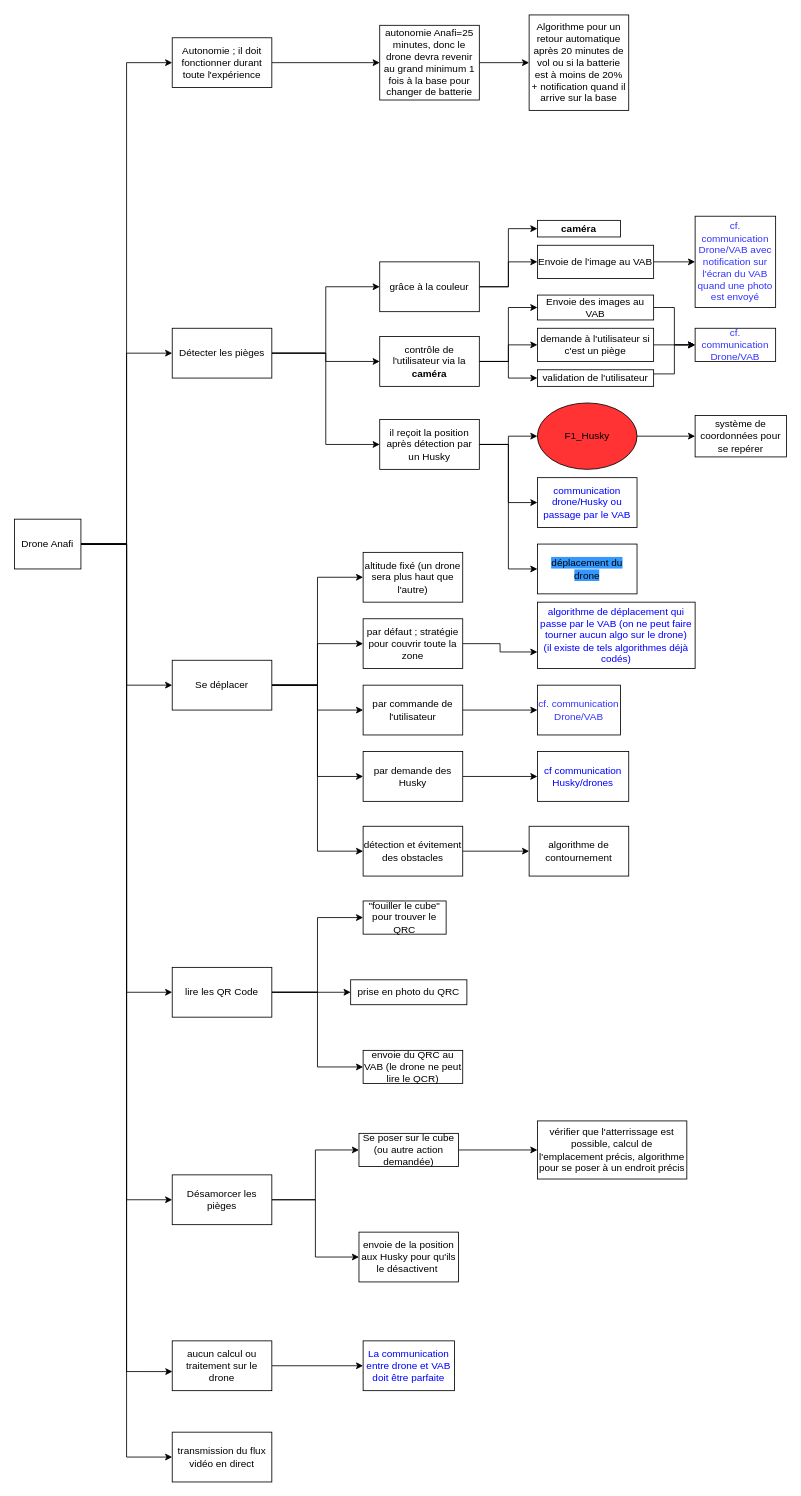
Above: Diagrammes/F40.drawio in annieliu52/CoHoMa (draw.io), before the change. Source tidied: cells renumbered, new cells numbered last; positions are measured from the earlier drawing's top-left corner, leaving out a move shared by most shapes. Both pictures are drawn from the tidied source at 83%, with x=0, y=0 at pixel (14, 14).
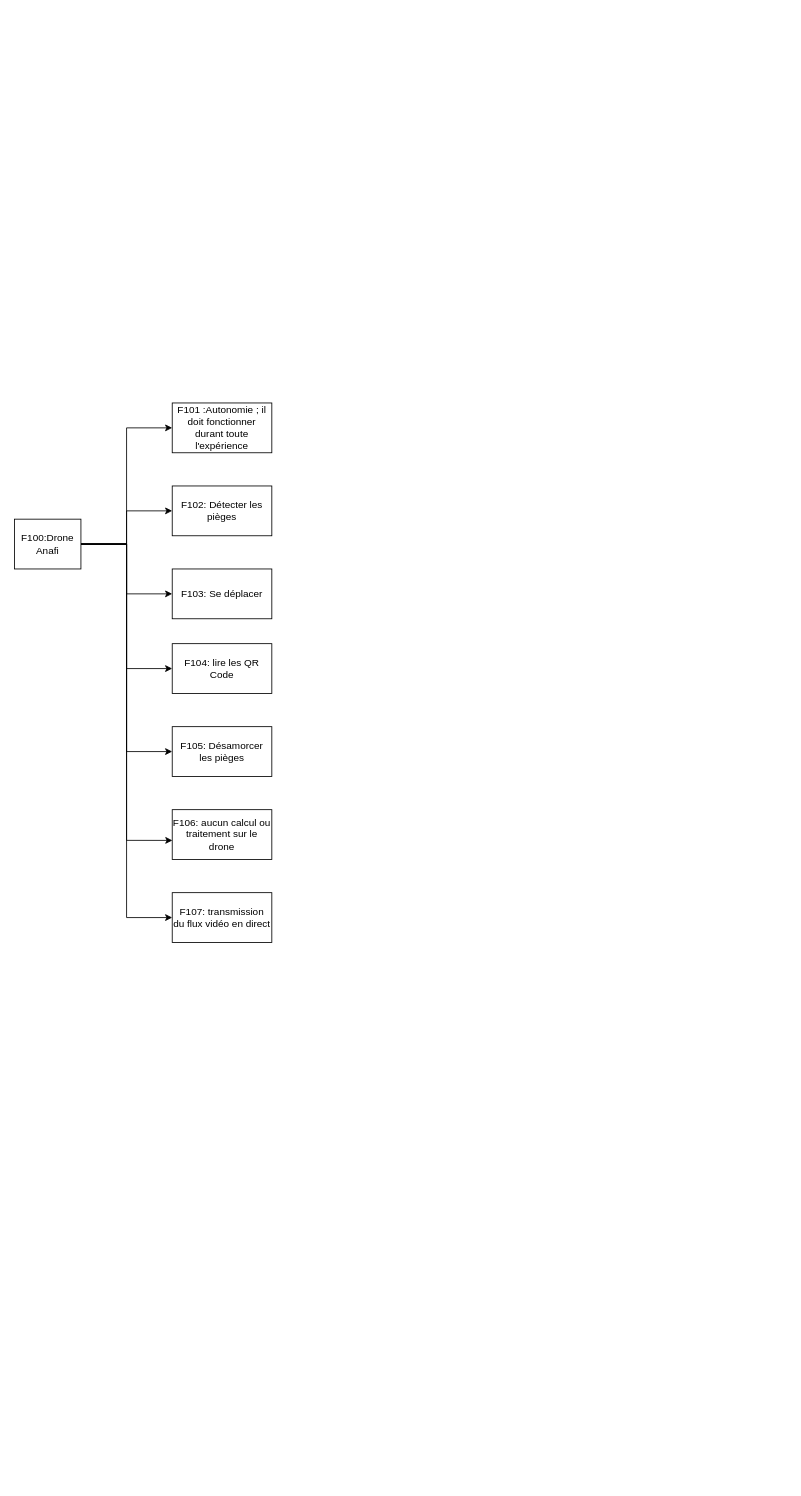
The same diagram, later.

The edit, as a diff of the source:
```diff
@@
-    <mxCell id="2" style="edgeStyle=orthogonalEdgeStyle;rounded=0;jettySize=auto;html=1;exitX=1;exitY=0.5;exitDx=0;exitDy=0;entryX=0;entryY=0.5;entryDx=0;entryDy=0;" parent="1" edge="1" source="5" target="27">
-      <mxGeometry relative="1" as="geometry" />
-    </mxCell>
-    <mxCell id="3" style="edgeStyle=orthogonalEdgeStyle;rounded=0;jettySize=auto;html=1;exitX=1;exitY=0.5;exitDx=0;exitDy=0;entryX=0;entryY=0.5;entryDx=0;entryDy=0;" parent="1" edge="1" source="5" target="31">
-      <mxGeometry relative="1" as="geometry" />
-    </mxCell>
-    <mxCell id="4" style="edgeStyle=orthogonalEdgeStyle;rounded=0;jettySize=auto;html=1;exitX=1;exitY=0.5;exitDx=0;exitDy=0;entryX=0;entryY=0.5;entryDx=0;entryDy=0;" parent="1" edge="1" source="5" target="35">
-      <mxGeometry relative="1" as="geometry" />
-    </mxCell>
-    <mxCell id="5" value="Détecter les pièges" style="rounded=0;whiteSpace=wrap;html=1;" parent="1" vertex="1">
-      <mxGeometry x="190" y="378" width="120" height="60" as="geometry" />
+    <mxCell id="5" value="F102: Détecter les pièges" style="rounded=0;whiteSpace=wrap;html=1;" parent="1" vertex="1">
+      <mxGeometry x="190" y="568" width="120" height="60" as="geometry" />
     </mxCell>
-    <mxCell id="6" style="edgeStyle=orthogonalEdgeStyle;rounded=0;jettySize=auto;html=1;exitX=1;exitY=0.5;exitDx=0;exitDy=0;entryX=0;entryY=0.5;entryDx=0;entryDy=0;fontColor=#000000;" parent="1" edge="1" source="11" target="50">
-      <mxGeometry relative="1" as="geometry" />
-    </mxCell>
-    <mxCell id="7" style="edgeStyle=orthogonalEdgeStyle;rounded=0;jettySize=auto;html=1;exitX=1;exitY=0.5;exitDx=0;exitDy=0;entryX=0;entryY=0.5;entryDx=0;entryDy=0;fontColor=#000000;" parent="1" edge="1" source="11" target="52">
-      <mxGeometry relative="1" as="geometry" />
-    </mxCell>
-    <mxCell id="8" style="edgeStyle=orthogonalEdgeStyle;rounded=0;jettySize=auto;html=1;exitX=1;exitY=0.5;exitDx=0;exitDy=0;entryX=0;entryY=0.5;entryDx=0;entryDy=0;fontColor=#000000;" parent="1" edge="1" source="11" target="54">
-      <mxGeometry relative="1" as="geometry" />
-    </mxCell>
-    <mxCell id="9" style="edgeStyle=orthogonalEdgeStyle;rounded=0;jettySize=auto;html=1;exitX=1;exitY=0.5;exitDx=0;exitDy=0;entryX=0;entryY=0.5;entryDx=0;entryDy=0;" parent="1" edge="1" source="11" target="78">
-      <mxGeometry relative="1" as="geometry" />
-    </mxCell>
-    <mxCell id="10" style="edgeStyle=orthogonalEdgeStyle;rounded=0;jettySize=auto;html=1;exitX=1;exitY=0.5;exitDx=0;exitDy=0;entryX=0;entryY=0.5;entryDx=0;entryDy=0;" parent="1" edge="1" source="11" target="80">
-      <mxGeometry relative="1" as="geometry" />
-    </mxCell>
-    <mxCell id="11" value="Se déplacer" style="rounded=0;whiteSpace=wrap;html=1;" parent="1" vertex="1">
-      <mxGeometry x="190" y="778" width="120" height="60" as="geometry" />
+    <mxCell id="11" value="F103: Se déplacer" style="rounded=0;whiteSpace=wrap;html=1;" parent="1" vertex="1">
+      <mxGeometry x="190" y="668" width="120" height="60" as="geometry" />
     </mxCell>
-    <mxCell id="12" style="edgeStyle=orthogonalEdgeStyle;rounded=0;jettySize=auto;html=1;exitX=1;exitY=0.5;exitDx=0;exitDy=0;entryX=0;entryY=0.5;entryDx=0;entryDy=0;fontColor=#000000;" parent="1" edge="1" source="14" target="65">
-      <mxGeometry relative="1" as="geometry" />
-    </mxCell>
-    <mxCell id="13" style="edgeStyle=orthogonalEdgeStyle;rounded=0;jettySize=auto;html=1;exitX=1;exitY=0.5;exitDx=0;exitDy=0;entryX=0;entryY=0.5;entryDx=0;entryDy=0;fontColor=#000000;" parent="1" edge="1" source="14" target="67">
-      <mxGeometry relative="1" as="geometry" />
-    </mxCell>
-    <mxCell id="14" value="Désamorcer les pièges" style="rounded=0;whiteSpace=wrap;html=1;" parent="1" vertex="1">
-      <mxGeometry x="190" y="1398" width="120" height="60" as="geometry" />
+    <mxCell id="14" value="F105: Désamorcer les pièges" style="rounded=0;whiteSpace=wrap;html=1;" parent="1" vertex="1">
+      <mxGeometry x="190" y="858" width="120" height="60" as="geometry" />
     </mxCell>
-    <mxCell id="15" style="edgeStyle=orthogonalEdgeStyle;rounded=0;jettySize=auto;html=1;exitX=1;exitY=0.5;exitDx=0;exitDy=0;entryX=0;entryY=0.5;entryDx=0;entryDy=0;fontColor=#000000;" parent="1" edge="1" source="16" target="69">
-      <mxGeometry relative="1" as="geometry" />
-    </mxCell>
-    <mxCell id="16" value="aucun calcul ou traitement sur le drone" style="rounded=0;whiteSpace=wrap;html=1;" parent="1" vertex="1">
-      <mxGeometry x="190" y="1598" width="120" height="60" as="geometry" />
+    <mxCell id="16" value="F106: aucun calcul ou traitement sur le drone" style="rounded=0;whiteSpace=wrap;html=1;" parent="1" vertex="1">
+      <mxGeometry x="190" y="958" width="120" height="60" as="geometry" />
     </mxCell>
@@
-    <mxCell id="24" value="Drone Anafi" style="rounded=0;whiteSpace=wrap;html=1;" parent="1" vertex="1">
+    <mxCell id="24" value="F100:Drone Anafi" style="rounded=0;whiteSpace=wrap;html=1;" parent="1" vertex="1">
       <mxGeometry y="608" width="80" height="60" as="geometry" />
     </mxCell>
-    <mxCell id="25" style="edgeStyle=orthogonalEdgeStyle;rounded=0;jettySize=auto;html=1;exitX=1;exitY=0.5;exitDx=0;exitDy=0;entryX=0;entryY=0.5;entryDx=0;entryDy=0;fontColor=#000000;" parent="1" edge="1" source="27" target="43">
-      <mxGeometry relative="1" as="geometry" />
-    </mxCell>
-    <mxCell id="26" style="edgeStyle=orthogonalEdgeStyle;rounded=0;jettySize=auto;html=1;exitX=1;exitY=0.5;exitDx=0;exitDy=0;entryX=0;entryY=0.5;entryDx=0;entryDy=0;fontColor=#000000;" parent="1" edge="1" source="27" target="45">
-      <mxGeometry relative="1" as="geometry" />
-    </mxCell>
-    <mxCell id="27" value="grâce à la couleur" style="rounded=0;whiteSpace=wrap;html=1;" parent="1" vertex="1">
-      <mxGeometry x="440" y="298" width="120" height="60" as="geometry" />
-    </mxCell>
-    <mxCell id="28" style="edgeStyle=orthogonalEdgeStyle;rounded=0;jettySize=auto;html=1;exitX=1;exitY=0.5;exitDx=0;exitDy=0;entryX=0;entryY=0.5;entryDx=0;entryDy=0;fontColor=#000000;" parent="1" edge="1" source="31" target="39">
-      <mxGeometry relative="1" as="geometry" />
-    </mxCell>
-    <mxCell id="29" style="edgeStyle=orthogonalEdgeStyle;rounded=0;jettySize=auto;html=1;exitX=1;exitY=0.5;exitDx=0;exitDy=0;entryX=0;entryY=0.5;entryDx=0;entryDy=0;fontColor=#000000;" parent="1" edge="1" source="31" target="41">
-      <mxGeometry relative="1" as="geometry" />
-    </mxCell>
-    <mxCell id="30" style="edgeStyle=orthogonalEdgeStyle;rounded=0;jettySize=auto;html=1;entryX=0;entryY=0.5;entryDx=0;entryDy=0;" parent="1" edge="1" source="31" target="76">
-      <mxGeometry relative="1" as="geometry" />
-    </mxCell>
-    <mxCell id="31" value="contrôle de l'utilisateur via la &lt;b&gt;caméra&lt;/b&gt;" style="rounded=0;whiteSpace=wrap;html=1;" parent="1" vertex="1">
-      <mxGeometry x="440" y="388" width="120" height="60" as="geometry" />
-    </mxCell>
-    <mxCell id="32" style="edgeStyle=orthogonalEdgeStyle;rounded=0;jettySize=auto;html=1;exitX=1;exitY=0.5;exitDx=0;exitDy=0;entryX=0;entryY=0.5;entryDx=0;entryDy=0;fontColor=#FF3333;" parent="1" edge="1" source="35" target="37">
-      <mxGeometry relative="1" as="geometry" />
-    </mxCell>
-    <mxCell id="33" style="edgeStyle=orthogonalEdgeStyle;rounded=0;jettySize=auto;html=1;exitX=1;exitY=0.5;exitDx=0;exitDy=0;entryX=0;entryY=0.5;entryDx=0;entryDy=0;fontColor=#0000FF;" parent="1" edge="1" source="35" target="46">
-      <mxGeometry relative="1" as="geometry" />
-    </mxCell>
-    <mxCell id="34" style="edgeStyle=orthogonalEdgeStyle;rounded=0;jettySize=auto;html=1;exitX=1;exitY=0.5;exitDx=0;exitDy=0;entryX=0;entryY=0.5;entryDx=0;entryDy=0;fontColor=#000000;" parent="1" edge="1" source="35" target="47">
-      <mxGeometry relative="1" as="geometry" />
-    </mxCell>
-    <mxCell id="35" value="il reçoit la position après détection par un Husky" style="rounded=0;whiteSpace=wrap;html=1;" parent="1" vertex="1">
-      <mxGeometry x="440" y="488" width="120" height="60" as="geometry" />
-    </mxCell>
-    <mxCell id="36" style="edgeStyle=orthogonalEdgeStyle;rounded=0;jettySize=auto;html=1;exitX=1;exitY=0.5;exitDx=0;exitDy=0;entryX=0;entryY=0.5;entryDx=0;entryDy=0;fontColor=#000000;" parent="1" edge="1" source="37" target="48">
-      <mxGeometry relative="1" as="geometry" />
-    </mxCell>
-    <mxCell id="37" value="F1_Husky" style="ellipse;whiteSpace=wrap;html=1;fillColor=#FF3333;" parent="1" vertex="1">
-      <mxGeometry x="630" y="468" width="120" height="80" as="geometry" />
-    </mxCell>
-    <mxCell id="38" style="edgeStyle=orthogonalEdgeStyle;rounded=0;jettySize=auto;html=1;exitX=1;exitY=0.5;exitDx=0;exitDy=0;entryX=0;entryY=0.5;entryDx=0;entryDy=0;fontColor=#3333FF;" parent="1" edge="1" source="39" target="42">
-      <mxGeometry relative="1" as="geometry" />
-    </mxCell>
-    <mxCell id="39" value="&lt;font color=&quot;#000000&quot;&gt;demande à l'utilisateur si c'est un piège&lt;/font&gt;" style="rounded=0;whiteSpace=wrap;html=1;fontColor=#FF3333;fillColor=#FFFFFF;" parent="1" vertex="1">
-      <mxGeometry x="630" y="378" width="140" height="40" as="geometry" />
-    </mxCell>
-    <mxCell id="40" style="edgeStyle=orthogonalEdgeStyle;rounded=0;jettySize=auto;html=1;exitX=1;exitY=0.25;exitDx=0;exitDy=0;entryX=0;entryY=0.5;entryDx=0;entryDy=0;" parent="1" edge="1" source="41" target="42">
-      <mxGeometry relative="1" as="geometry" />
-    </mxCell>
-    <mxCell id="41" value="validation de l'utilisateur" style="rounded=0;whiteSpace=wrap;html=1;labelBackgroundColor=none;fontColor=#000000;fillColor=#FFFFFF;" parent="1" vertex="1">
-      <mxGeometry x="630" y="428" width="140" height="20" as="geometry" />
-    </mxCell>
-    <mxCell id="42" value="&lt;font color=&quot;#3333ff&quot;&gt;cf. communication Drone/VAB&lt;/font&gt;" style="rounded=0;whiteSpace=wrap;html=1;labelBackgroundColor=none;fontColor=#000000;fillColor=#FFFFFF;" parent="1" vertex="1">
-      <mxGeometry x="820" y="378" width="97" height="40" as="geometry" />
-    </mxCell>
-    <mxCell id="43" value="&lt;font color=&quot;#000000&quot;&gt;&lt;b&gt;caméra&lt;/b&gt;&lt;/font&gt;" style="rounded=0;whiteSpace=wrap;html=1;labelBackgroundColor=none;fontColor=#3333FF;fillColor=#FFFFFF;" parent="1" vertex="1">
-      <mxGeometry x="630" y="248" width="100" height="20" as="geometry" />
-    </mxCell>
-    <mxCell id="44" style="edgeStyle=orthogonalEdgeStyle;rounded=0;jettySize=auto;html=1;exitX=1;exitY=0.5;exitDx=0;exitDy=0;entryX=0;entryY=0.5;entryDx=0;entryDy=0;" parent="1" edge="1" source="45" target="77">
-      <mxGeometry relative="1" as="geometry" />
-    </mxCell>
-    <mxCell id="45" value="Envoie de l'image au VAB" style="rounded=0;whiteSpace=wrap;html=1;labelBackgroundColor=none;fontColor=#000000;fillColor=#FFFFFF;" parent="1" vertex="1">
-      <mxGeometry x="630" y="278" width="140" height="40" as="geometry" />
-    </mxCell>
-    <mxCell id="46" value="&lt;font color=&quot;#0000ff&quot;&gt;communication drone/Husky ou passage par le VAB&lt;/font&gt;" style="rounded=0;whiteSpace=wrap;html=1;labelBackgroundColor=none;fontColor=#000000;fillColor=#FFFFFF;" parent="1" vertex="1">
-      <mxGeometry x="630" y="558" width="120" height="60" as="geometry" />
-    </mxCell>
-    <mxCell id="47" value="&lt;font color=&quot;#000000&quot; style=&quot;background-color: rgb(51 , 153 , 255)&quot;&gt;déplacement du drone&lt;/font&gt;" style="rounded=0;whiteSpace=wrap;html=1;labelBackgroundColor=none;fontColor=#0000FF;fillColor=#FFFFFF;" parent="1" vertex="1">
-      <mxGeometry x="630" y="638" width="120" height="60" as="geometry" />
-    </mxCell>
-    <mxCell id="48" value="système de coordonnées pour se repérer" style="rounded=0;whiteSpace=wrap;html=1;labelBackgroundColor=none;" parent="1" vertex="1">
-      <mxGeometry x="820" y="483" width="110" height="50" as="geometry" />
-    </mxCell>
-    <mxCell id="49" style="edgeStyle=orthogonalEdgeStyle;rounded=0;jettySize=auto;html=1;exitX=1;exitY=0.5;exitDx=0;exitDy=0;entryX=0;entryY=0.75;entryDx=0;entryDy=0;fontColor=#0000FF;" parent="1" edge="1" source="50" target="57">
-      <mxGeometry relative="1" as="geometry" />
-    </mxCell>
-    <mxCell id="50" value="par défaut ; stratégie pour couvrir toute la zone" style="rounded=0;whiteSpace=wrap;html=1;labelBackgroundColor=none;fontColor=#000000;strokeColor=#000000;fillColor=default;" parent="1" vertex="1">
-      <mxGeometry x="420" y="728" width="120" height="60" as="geometry" />
-    </mxCell>
-    <mxCell id="51" style="edgeStyle=orthogonalEdgeStyle;rounded=0;jettySize=auto;html=1;exitX=1;exitY=0.5;exitDx=0;exitDy=0;entryX=0;entryY=0.5;entryDx=0;entryDy=0;fontColor=#000000;" parent="1" edge="1" source="52" target="56">
-      <mxGeometry relative="1" as="geometry" />
-    </mxCell>
-    <mxCell id="52" value="par commande de l'utilisateur" style="rounded=0;whiteSpace=wrap;html=1;labelBackgroundColor=none;fontColor=#000000;strokeColor=#000000;fillColor=default;" parent="1" vertex="1">
-      <mxGeometry x="420" y="808" width="120" height="60" as="geometry" />
-    </mxCell>
-    <mxCell id="53" style="edgeStyle=orthogonalEdgeStyle;rounded=0;jettySize=auto;html=1;exitX=1;exitY=0.5;exitDx=0;exitDy=0;entryX=0;entryY=0.5;entryDx=0;entryDy=0;fontColor=#000000;" parent="1" edge="1" source="54" target="55">
-      <mxGeometry relative="1" as="geometry" />
-    </mxCell>
-    <mxCell id="54" value="par demande des Husky" style="rounded=0;whiteSpace=wrap;html=1;labelBackgroundColor=none;fontColor=#000000;strokeColor=#000000;fillColor=default;" parent="1" vertex="1">
-      <mxGeometry x="420" y="888" width="120" height="60" as="geometry" />
-    </mxCell>
-    <mxCell id="55" value="&lt;font color=&quot;#0000ff&quot;&gt;cf communication Husky/drones&lt;/font&gt;" style="rounded=0;whiteSpace=wrap;html=1;labelBackgroundColor=none;fontColor=#000000;strokeColor=#000000;fillColor=default;" parent="1" vertex="1">
-      <mxGeometry x="630" y="888" width="110" height="60" as="geometry" />
-    </mxCell>
-    <mxCell id="56" value="&lt;font color=&quot;#3333ff&quot;&gt;cf. communication Drone/VAB&lt;/font&gt;" style="rounded=0;whiteSpace=wrap;html=1;labelBackgroundColor=none;fontColor=#000000;fillColor=#FFFFFF;" parent="1" vertex="1">
-      <mxGeometry x="630" y="808" width="100" height="60" as="geometry" />
-    </mxCell>
-    <mxCell id="57" value="algorithme de déplacement qui passe par le VAB (on ne peut faire tourner aucun algo sur le drone)&lt;br&gt;(il existe de tels algorithmes déjà codés)" style="rounded=0;whiteSpace=wrap;html=1;labelBackgroundColor=none;fontColor=#0000FF;strokeColor=#000000;fillColor=default;" parent="1" vertex="1">
-      <mxGeometry x="630" y="708" width="190" height="80" as="geometry" />
-    </mxCell>
-    <mxCell id="58" style="edgeStyle=orthogonalEdgeStyle;rounded=0;jettySize=auto;html=1;exitX=1;exitY=0.5;exitDx=0;exitDy=0;entryX=0;entryY=0.5;entryDx=0;entryDy=0;fontColor=#000000;" parent="1" edge="1" source="61" target="62">
-      <mxGeometry relative="1" as="geometry" />
-    </mxCell>
-    <mxCell id="59" style="edgeStyle=orthogonalEdgeStyle;rounded=0;jettySize=auto;html=1;exitX=1;exitY=0.5;exitDx=0;exitDy=0;entryX=0;entryY=0.5;entryDx=0;entryDy=0;fontColor=#000000;" parent="1" edge="1" source="61" target="63">
-      <mxGeometry relative="1" as="geometry" />
-    </mxCell>
-    <mxCell id="60" style="edgeStyle=orthogonalEdgeStyle;rounded=0;jettySize=auto;html=1;exitX=1;exitY=0.5;exitDx=0;exitDy=0;entryX=0;entryY=0.5;entryDx=0;entryDy=0;fontColor=#000000;" parent="1" edge="1" source="61" target="68">
-      <mxGeometry relative="1" as="geometry" />
-    </mxCell>
-    <mxCell id="61" value="&lt;font color=&quot;#000000&quot;&gt;lire les QR Code&lt;/font&gt;" style="rounded=0;whiteSpace=wrap;html=1;labelBackgroundColor=none;fontColor=#0000FF;strokeColor=#000000;fillColor=default;" parent="1" vertex="1">
-      <mxGeometry x="190" y="1148" width="120" height="60" as="geometry" />
+    <mxCell id="61" value="&lt;font color=&quot;#000000&quot;&gt;F104: lire les QR Code&lt;/font&gt;" style="rounded=0;whiteSpace=wrap;html=1;labelBackgroundColor=none;fontColor=#0000FF;strokeColor=#000000;fillColor=default;" parent="1" vertex="1">
+      <mxGeometry x="190" y="758" width="120" height="60" as="geometry" />
     </mxCell>
-    <mxCell id="62" value="&quot;fouiller le cube&quot; pour trouver le QRC" style="rounded=0;whiteSpace=wrap;html=1;labelBackgroundColor=none;fontColor=#000000;strokeColor=#000000;fillColor=default;" parent="1" vertex="1">
-      <mxGeometry x="420" y="1068" width="100" height="40" as="geometry" />
-    </mxCell>
-    <mxCell id="63" value="envoie du QRC au VAB (le drone ne peut lire le QCR)" style="rounded=0;whiteSpace=wrap;html=1;labelBackgroundColor=none;fontColor=#000000;strokeColor=#000000;fillColor=default;" parent="1" vertex="1">
-      <mxGeometry x="420" y="1248" width="120" height="40" as="geometry" />
-    </mxCell>
-    <mxCell id="64" style="edgeStyle=orthogonalEdgeStyle;rounded=0;jettySize=auto;html=1;exitX=1;exitY=0.5;exitDx=0;exitDy=0;entryX=0;entryY=0.5;entryDx=0;entryDy=0;fontColor=#000000;" parent="1" edge="1" source="65" target="66">
-      <mxGeometry relative="1" as="geometry" />
-    </mxCell>
-    <mxCell id="65" value="Se poser sur le cube (ou autre action demandée)" style="rounded=0;whiteSpace=wrap;html=1;labelBackgroundColor=none;fontColor=#000000;strokeColor=#000000;fillColor=default;" parent="1" vertex="1">
-      <mxGeometry x="415" y="1348" width="120" height="40" as="geometry" />
-    </mxCell>
-    <mxCell id="66" value="vérifier que l'atterrissage est possible, calcul de l'emplacement précis, algorithme pour se poser à un endroit précis" style="rounded=0;whiteSpace=wrap;html=1;labelBackgroundColor=none;fontColor=#000000;strokeColor=#000000;fillColor=default;" parent="1" vertex="1">
-      <mxGeometry x="630" y="1333" width="180" height="70" as="geometry" />
-    </mxCell>
-    <mxCell id="67" value="envoie de la position aux Husky pour qu'ils le désactivent&amp;nbsp;" style="rounded=0;whiteSpace=wrap;html=1;labelBackgroundColor=none;fontColor=#000000;strokeColor=#000000;fillColor=default;" parent="1" vertex="1">
-      <mxGeometry x="415" y="1467" width="120" height="60" as="geometry" />
-    </mxCell>
-    <mxCell id="68" value="prise en photo du QRC" style="rounded=0;whiteSpace=wrap;html=1;labelBackgroundColor=none;fontColor=#000000;strokeColor=#000000;fillColor=default;" parent="1" vertex="1">
-      <mxGeometry x="405" y="1163" width="140" height="30" as="geometry" />
-    </mxCell>
-    <mxCell id="69" value="&lt;font color=&quot;#0000ff&quot;&gt;La communication entre drone et VAB doit être parfaite&lt;/font&gt;" style="rounded=0;whiteSpace=wrap;html=1;labelBackgroundColor=none;fontColor=#000000;strokeColor=#000000;fillColor=default;" parent="1" vertex="1">
-      <mxGeometry x="420" y="1598" width="110" height="60" as="geometry" />
-    </mxCell>
-    <mxCell id="70" style="edgeStyle=orthogonalEdgeStyle;rounded=0;jettySize=auto;html=1;exitX=1;exitY=0.5;exitDx=0;exitDy=0;" parent="1" edge="1" source="71" target="73">
-      <mxGeometry relative="1" as="geometry" />
-    </mxCell>
-    <mxCell id="71" value="Autonomie ; il doit fonctionner durant toute l'expérience" style="rounded=0;whiteSpace=wrap;html=1;" parent="1" vertex="1">
-      <mxGeometry x="190" y="28" width="120" height="60" as="geometry" />
+    <mxCell id="71" value="F101 :Autonomie ; il doit fonctionner durant toute l'expérience" style="rounded=0;whiteSpace=wrap;html=1;" parent="1" vertex="1">
+      <mxGeometry x="190" y="468" width="120" height="60" as="geometry" />
     </mxCell>
-    <mxCell id="72" style="edgeStyle=orthogonalEdgeStyle;rounded=0;jettySize=auto;html=1;" parent="1" edge="1" source="73" target="74">
-      <mxGeometry relative="1" as="geometry" />
-    </mxCell>
-    <mxCell id="73" value="autonomie Anafi=25 minutes, donc le drone devra revenir au grand minimum 1 fois à la base pour changer de batterie" style="rounded=0;whiteSpace=wrap;html=1;" parent="1" vertex="1">
-      <mxGeometry x="440" y="13" width="120" height="90" as="geometry" />
-    </mxCell>
-    <mxCell id="74" value="Algorithme pour un retour automatique après 20 minutes de vol ou si la batterie est à moins de 20%&lt;br&gt;+ notification quand il arrive sur la base" style="rounded=0;whiteSpace=wrap;html=1;" parent="1" vertex="1">
-      <mxGeometry x="620" y="0.5" width="120" height="115" as="geometry" />
-    </mxCell>
-    <mxCell id="75" style="edgeStyle=orthogonalEdgeStyle;rounded=0;jettySize=auto;html=1;exitX=1;exitY=0.5;exitDx=0;exitDy=0;entryX=0;entryY=0.5;entryDx=0;entryDy=0;" parent="1" edge="1" source="76" target="42">
-      <mxGeometry relative="1" as="geometry" />
-    </mxCell>
-    <mxCell id="76" value="Envoie des images au VAB" style="rounded=0;whiteSpace=wrap;html=1;" parent="1" vertex="1">
-      <mxGeometry x="630" y="338" width="140" height="30" as="geometry" />
-    </mxCell>
-    <mxCell id="77" value="&lt;font color=&quot;#3333ff&quot;&gt;cf. communication Drone/VAB avec notification sur l'écran du VAB quand une photo est envoyé&lt;/font&gt;" style="rounded=0;whiteSpace=wrap;html=1;labelBackgroundColor=none;fontColor=#000000;fillColor=#FFFFFF;" parent="1" vertex="1">
-      <mxGeometry x="820" y="243" width="97" height="110" as="geometry" />
-    </mxCell>
-    <mxCell id="78" value="altitude fixé (un drone sera plus haut que l'autre)" style="rounded=0;whiteSpace=wrap;html=1;" parent="1" vertex="1">
-      <mxGeometry x="420" y="648" width="120" height="60" as="geometry" />
-    </mxCell>
-    <mxCell id="79" style="edgeStyle=orthogonalEdgeStyle;rounded=0;jettySize=auto;html=1;" parent="1" edge="1" source="80" target="81">
-      <mxGeometry relative="1" as="geometry" />
-    </mxCell>
-    <mxCell id="80" value="détection et évitement des obstacles" style="rounded=0;whiteSpace=wrap;html=1;" parent="1" vertex="1">
-      <mxGeometry x="420" y="978" width="120" height="60" as="geometry" />
-    </mxCell>
-    <mxCell id="81" value="algorithme de contournement" style="rounded=0;whiteSpace=wrap;html=1;" parent="1" vertex="1">
-      <mxGeometry x="620" y="978" width="120" height="60" as="geometry" />
-    </mxCell>
-    <mxCell id="82" value="transmission du flux vidéo en direct" style="rounded=0;whiteSpace=wrap;html=1;" parent="1" vertex="1">
-      <mxGeometry x="190" y="1708" width="120" height="60" as="geometry" />
+    <mxCell id="82" value="F107: transmission du flux vidéo en direct" style="rounded=0;whiteSpace=wrap;html=1;" parent="1" vertex="1">
+      <mxGeometry x="190" y="1058" width="120" height="60" as="geometry" />
     </mxCell>
```
